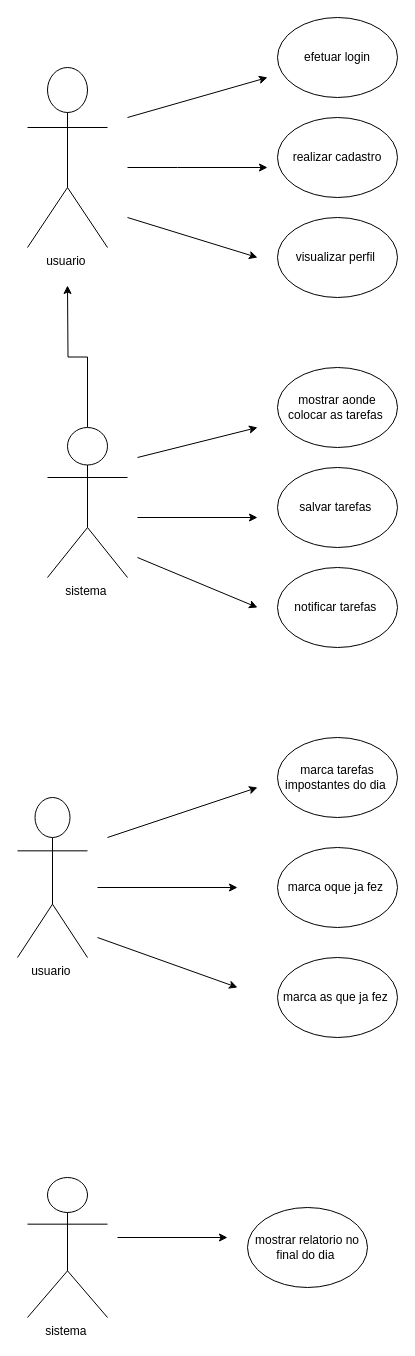
Above: page "Página-5" (5 of 6) of Diagramaaula.drawio in juju378/diagramasderequisitos (draw.io), before the change. Source tidied: cells renumbered, new cells numbered last; positions are measured from the earlier drawing's top-left corner, leaving out a move shared by most shapes. Both pictures are drawn from the tidied source at 100%, with x=0, y=0 at pixel (17, 17).
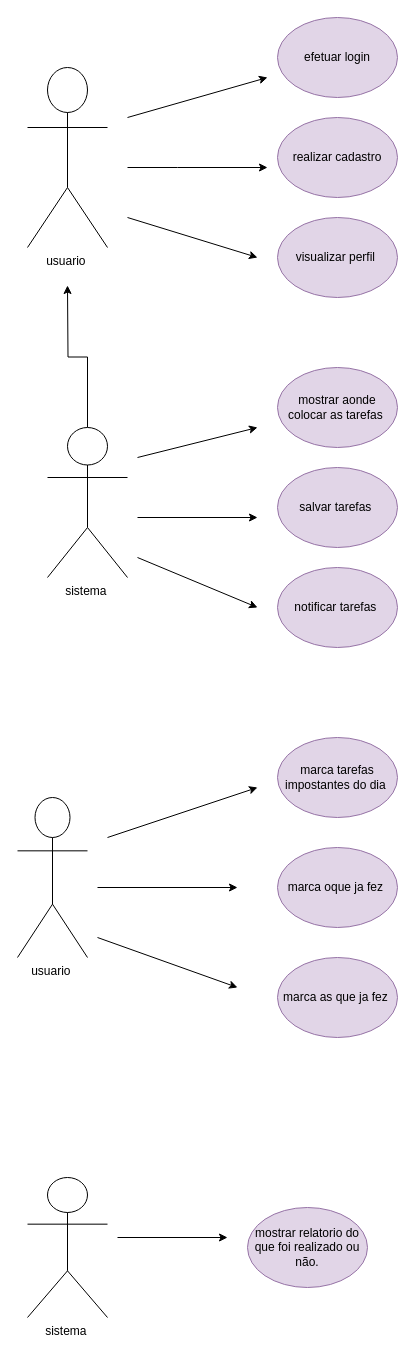
The same diagram, later.

Diff of the diagram source:
```diff
@@
-    <mxCell id="3" value="efetuar login" style="ellipse;whiteSpace=wrap;html=1;" parent="1" vertex="1">
+    <mxCell id="3" value="efetuar login" style="ellipse;whiteSpace=wrap;html=1;fillColor=#e1d5e7;strokeColor=#9673a6;" parent="1" vertex="1">
       <mxGeometry x="260" width="120" height="80" as="geometry" />
     </mxCell>
-    <mxCell id="4" value="realizar cadastro" style="ellipse;whiteSpace=wrap;html=1;" parent="1" vertex="1">
+    <mxCell id="4" value="realizar cadastro" style="ellipse;whiteSpace=wrap;html=1;fillColor=#e1d5e7;strokeColor=#9673a6;" parent="1" vertex="1">
       <mxGeometry x="260" y="100" width="120" height="80" as="geometry" />
     </mxCell>
-    <mxCell id="5" value="visualizar perfil&amp;nbsp;" style="ellipse;whiteSpace=wrap;html=1;" parent="1" vertex="1">
+    <mxCell id="5" value="visualizar perfil&amp;nbsp;" style="ellipse;whiteSpace=wrap;html=1;fillColor=#e1d5e7;strokeColor=#9673a6;" parent="1" vertex="1">
       <mxGeometry x="260" y="200" width="120" height="80" as="geometry" />
     </mxCell>
@@
-    <mxCell id="11" value="mostrar aonde colocar as tarefas&amp;nbsp;" style="ellipse;whiteSpace=wrap;html=1;" parent="1" vertex="1">
+    <mxCell id="11" value="mostrar aonde colocar as tarefas&amp;nbsp;" style="ellipse;whiteSpace=wrap;html=1;fillColor=#e1d5e7;strokeColor=#9673a6;" parent="1" vertex="1">
       <mxGeometry x="260" y="350" width="120" height="80" as="geometry" />
     </mxCell>
-    <mxCell id="12" value="salvar tarefas&amp;nbsp;" style="ellipse;whiteSpace=wrap;html=1;" parent="1" vertex="1">
+    <mxCell id="12" value="salvar tarefas&amp;nbsp;" style="ellipse;whiteSpace=wrap;html=1;fillColor=#e1d5e7;strokeColor=#9673a6;" parent="1" vertex="1">
       <mxGeometry x="260" y="450" width="120" height="80" as="geometry" />
     </mxCell>
-    <mxCell id="13" value="notificar tarefas&amp;nbsp;" style="ellipse;whiteSpace=wrap;html=1;" parent="1" vertex="1">
+    <mxCell id="13" value="notificar tarefas&amp;nbsp;" style="ellipse;whiteSpace=wrap;html=1;fillColor=#e1d5e7;strokeColor=#9673a6;" parent="1" vertex="1">
       <mxGeometry x="260" y="550" width="120" height="80" as="geometry" />
     </mxCell>
@@
-    <mxCell id="17" value="marca tarefas impostantes do dia&amp;nbsp;" style="ellipse;whiteSpace=wrap;html=1;" parent="1" vertex="1">
+    <mxCell id="17" value="marca tarefas impostantes do dia&amp;nbsp;" style="ellipse;whiteSpace=wrap;html=1;fillColor=#e1d5e7;strokeColor=#9673a6;" parent="1" vertex="1">
       <mxGeometry x="260" y="720" width="120" height="80" as="geometry" />
     </mxCell>
-    <mxCell id="18" value="marca oque ja fez&amp;nbsp;" style="ellipse;whiteSpace=wrap;html=1;" parent="1" vertex="1">
+    <mxCell id="18" value="marca oque ja fez&amp;nbsp;" style="ellipse;whiteSpace=wrap;html=1;fillColor=#e1d5e7;strokeColor=#9673a6;" parent="1" vertex="1">
       <mxGeometry x="260" y="830" width="120" height="80" as="geometry" />
     </mxCell>
-    <mxCell id="19" value="marca as que ja fez&amp;nbsp;" style="ellipse;whiteSpace=wrap;html=1;" parent="1" vertex="1">
+    <mxCell id="19" value="marca as que ja fez&amp;nbsp;" style="ellipse;whiteSpace=wrap;html=1;fillColor=#e1d5e7;strokeColor=#9673a6;" parent="1" vertex="1">
       <mxGeometry x="260" y="940" width="120" height="80" as="geometry" />
     </mxCell>
@@
-    <mxCell id="25" value="mostrar relatorio no final do dia&amp;nbsp;" style="ellipse;whiteSpace=wrap;html=1;" parent="1" vertex="1">
+    <mxCell id="25" value="mostrar relatorio do que foi realizado ou não." style="ellipse;whiteSpace=wrap;html=1;fillColor=#e1d5e7;strokeColor=#9673a6;" parent="1" vertex="1">
       <mxGeometry x="230" y="1190" width="120" height="80" as="geometry" />
     </mxCell>
```
